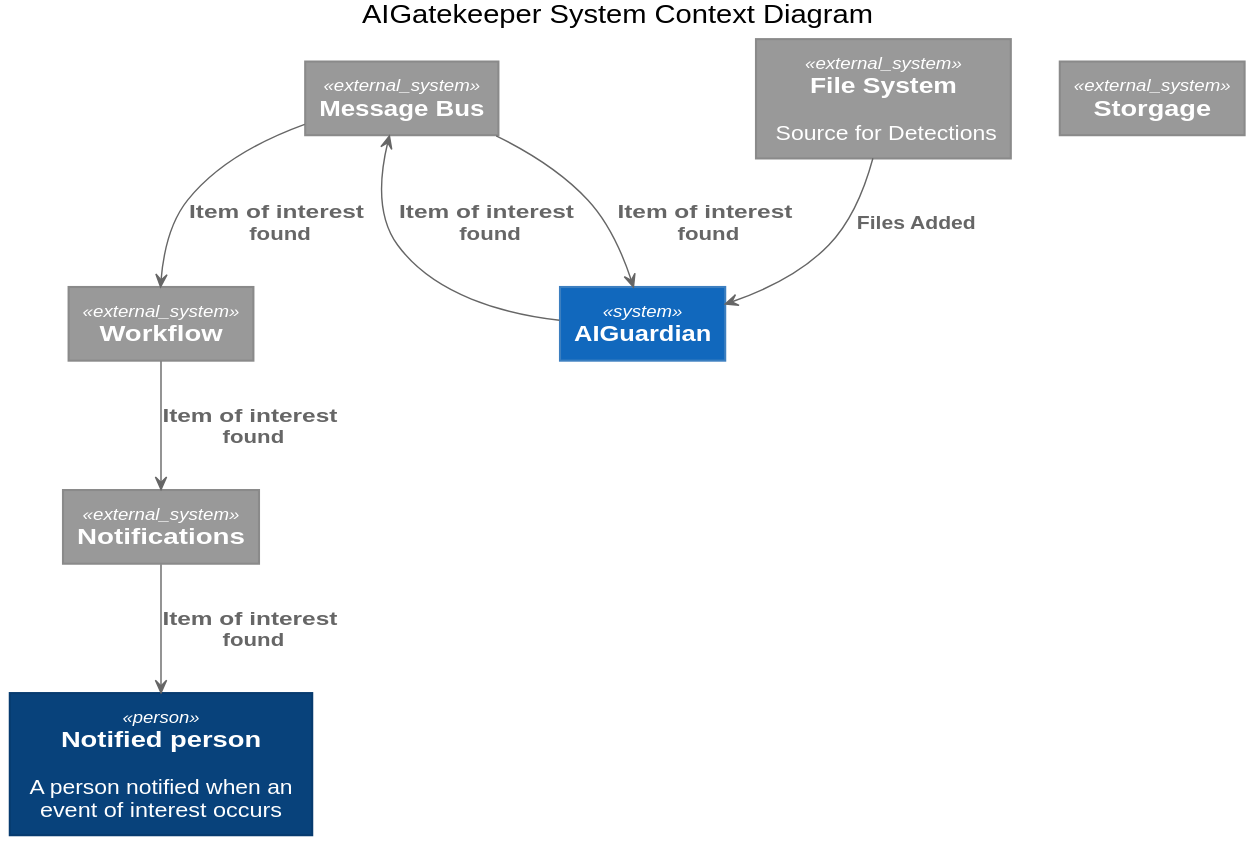
johnhinz/AIGatekeeper keeps this PlantUML diagram as diagrams/systemcontext.svg. Above is the earlier version.
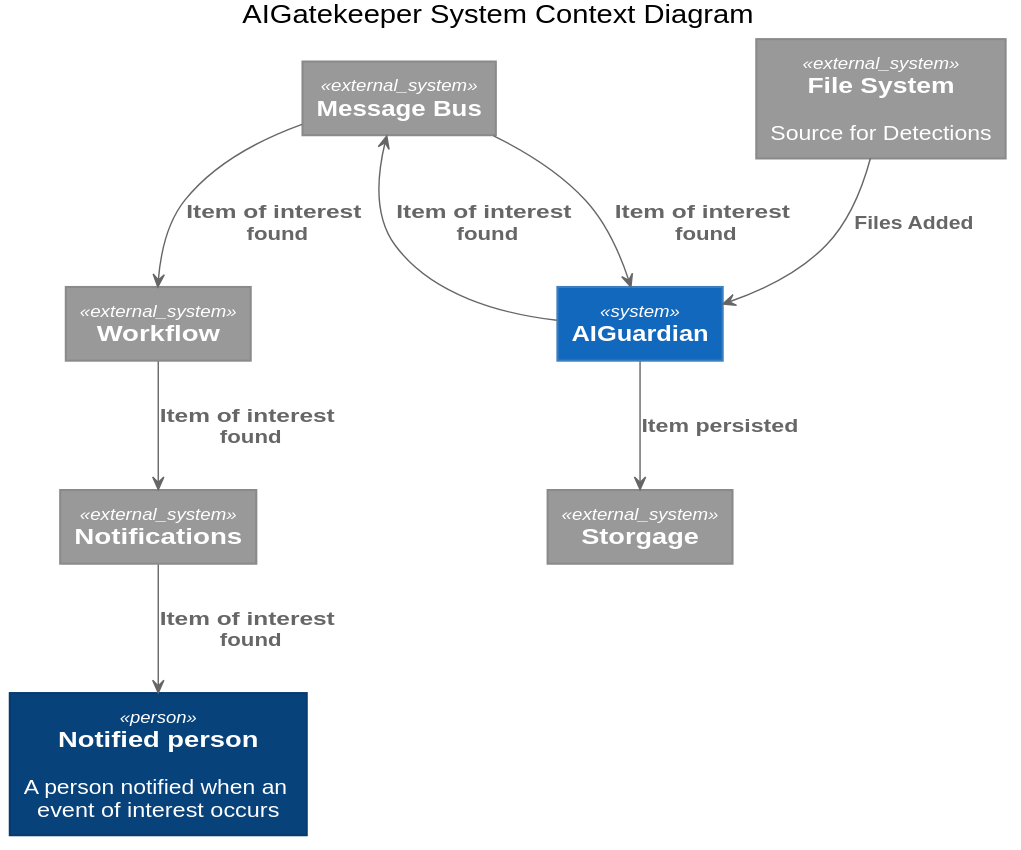
Later version of the same file.

What changed in the source:
```diff
@@ -17,6 +17,7 @@
 Rel(guard, bus, "Item of interest found")
 Rel(bus, guard, "Item of interest found")
 Rel(bus, workflow, "Item of interest found")
+Rel(guard, persist, "Item persisted")
 Rel(workflow, notification, "Item of interest found")
 Rel(notification, recipient, "Item of interest found")
 @enduml
```
